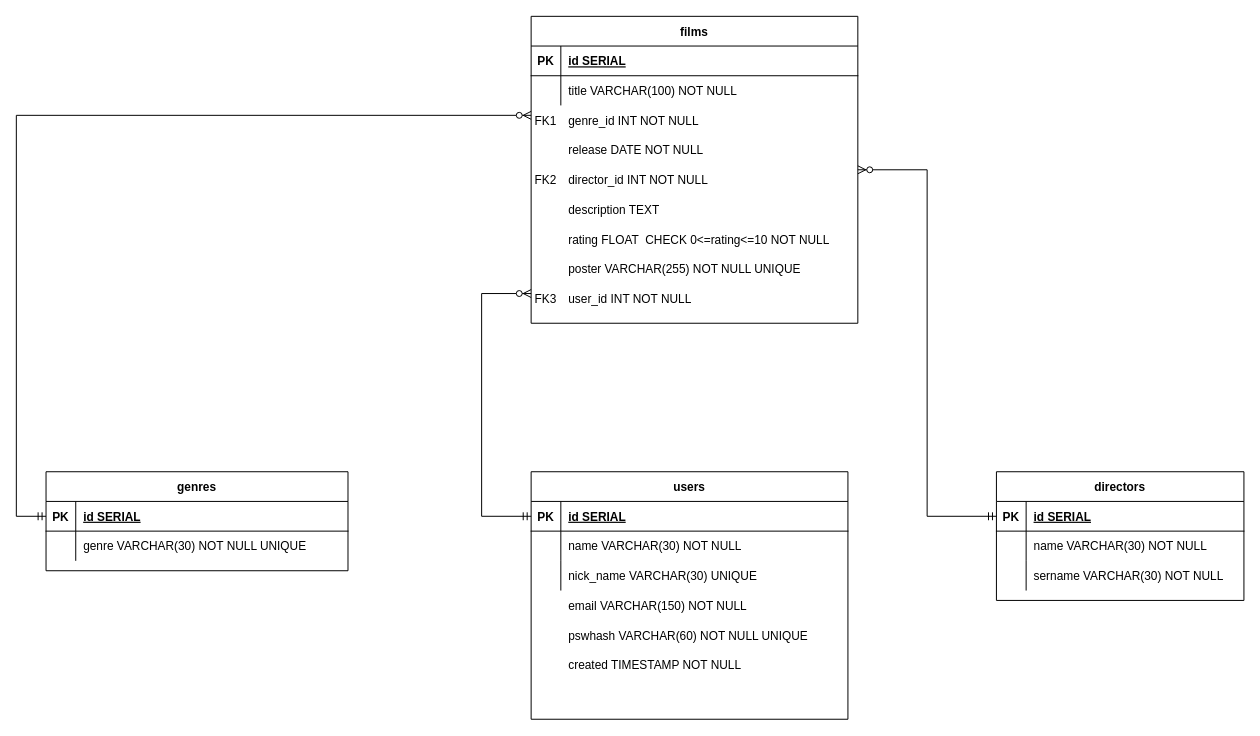
This is proj/shema/schema.drawio from ho1331/Movie-library-API, a draw.io file, before an edit. Source tidied: cells renumbered, new cells numbered last; positions are measured from the earlier drawing's top-left corner, leaving out a move shared by most shapes. Both pictures are drawn from the tidied source at 99%, with x=0, y=0 at pixel (16, 16).
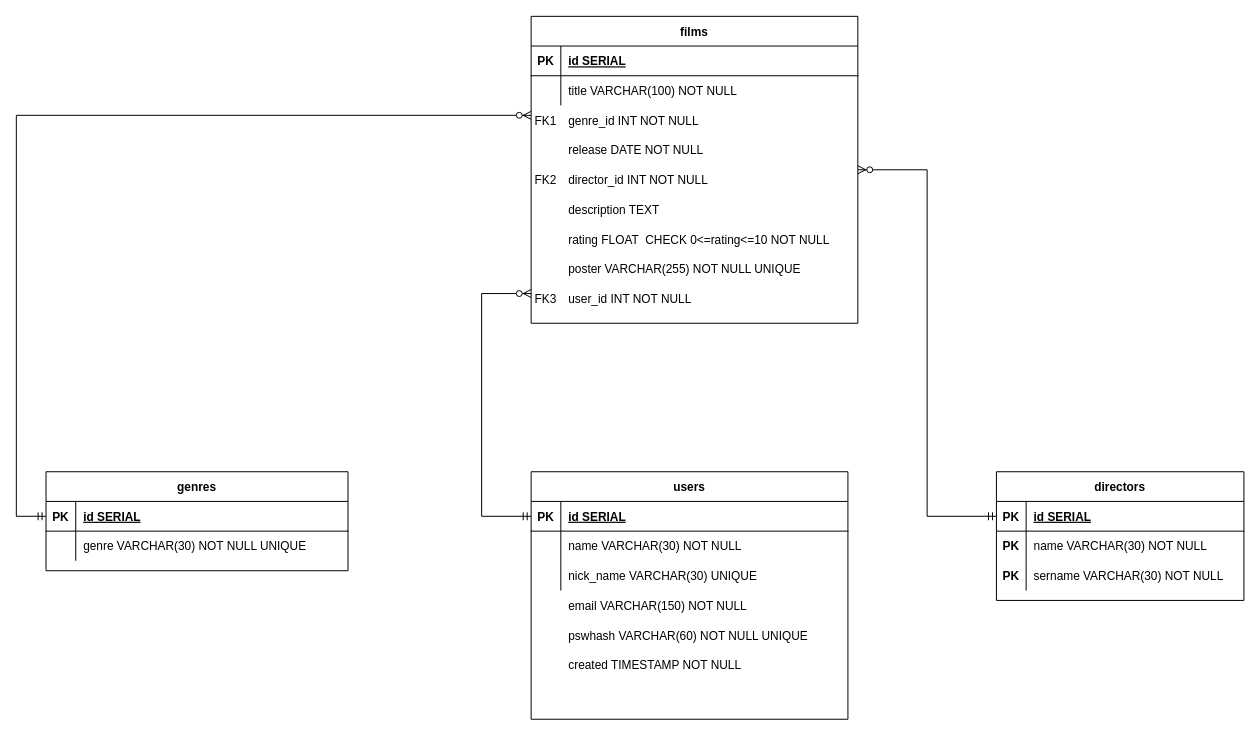
After the change.

Diff of the diagram source:
```diff
@@
+    <mxCell id="64" value="PK" style="shape=partialRectangle;overflow=hidden;fillColor=none;top=0;left=0;bottom=0;right=0;fontStyle=1;" parent="1" vertex="1">
+      <mxGeometry x="990" y="520" width="30" height="30" as="geometry" />
+    </mxCell>
+    <mxCell id="65" value="PK" style="shape=partialRectangle;overflow=hidden;fillColor=none;top=0;left=0;bottom=0;right=0;fontStyle=1;" parent="1" vertex="1">
+      <mxGeometry x="990" y="550" width="30" height="30" as="geometry" />
+    </mxCell>
```
